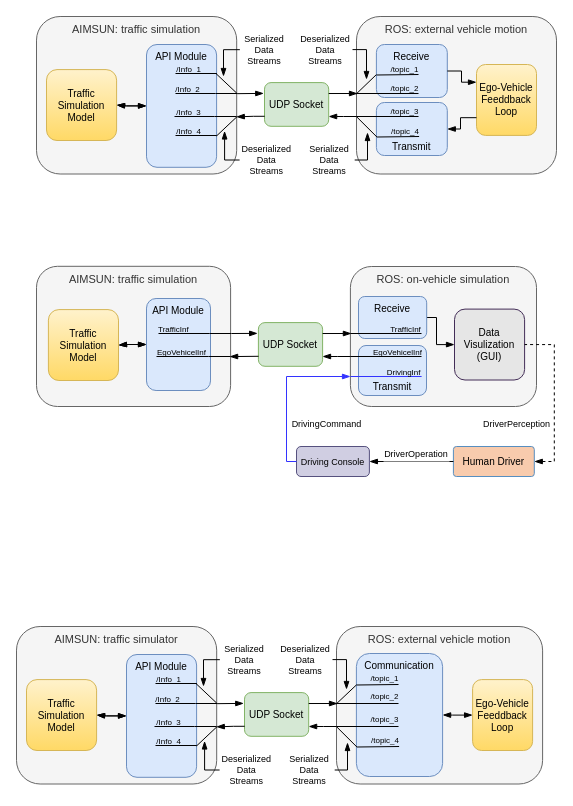
Earlier version of the draw.io diagram page "Page-1" (1 of 2) of ROS_AIMSUN_Bridge.drawio (LimingGao/draw_io). Source tidied: cells renumbered, new cells numbered last; positions are measured from the earlier drawing's top-left corner, leaving out a move shared by most shapes. Both pictures are drawn from the tidied source at 100%, with x=0, y=0 at pixel (16, 16).
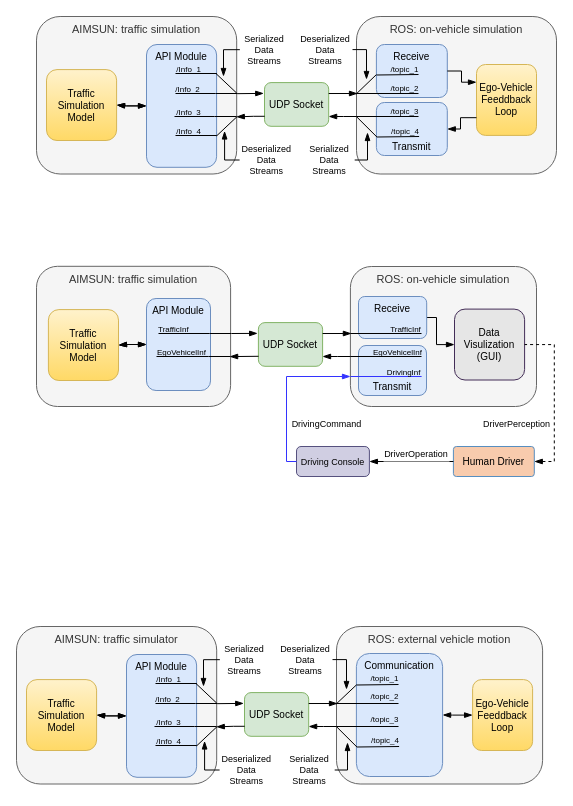
After the change.

What changed in the source:
```diff
@@
-    <mxCell id="75" value="ROS: external vehicle motion" style="rounded=1;align=center;verticalAlign=top;fontSize=11;fontStyle=0;strokeColor=#666666;fillColor=#f5f5f5;fontColor=#333333;glass=0;" parent="1" vertex="1">
+    <mxCell id="75" value="ROS: on-vehicle simulation" style="rounded=1;align=center;verticalAlign=top;fontSize=11;fontStyle=0;strokeColor=#666666;fillColor=#f5f5f5;fontColor=#333333;glass=0;" parent="1" vertex="1">
       <mxGeometry x="340" width="200" height="157.5" as="geometry" />
     </mxCell>
```
